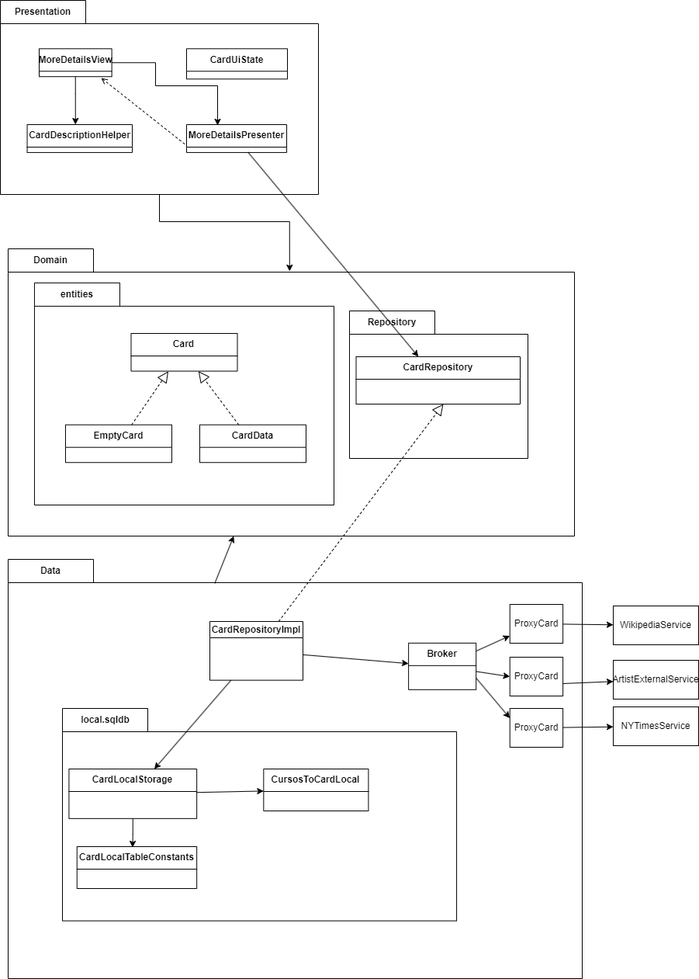
The draw.io diagram docs/MVP-DiagramClass.png in elagarrigue/AyDS23-Lisboa5, before a commit. Source tidied: cells renumbered, new cells last; positions are measured from the earlier drawing's top-left corner, leaving out a move shared by most shapes.
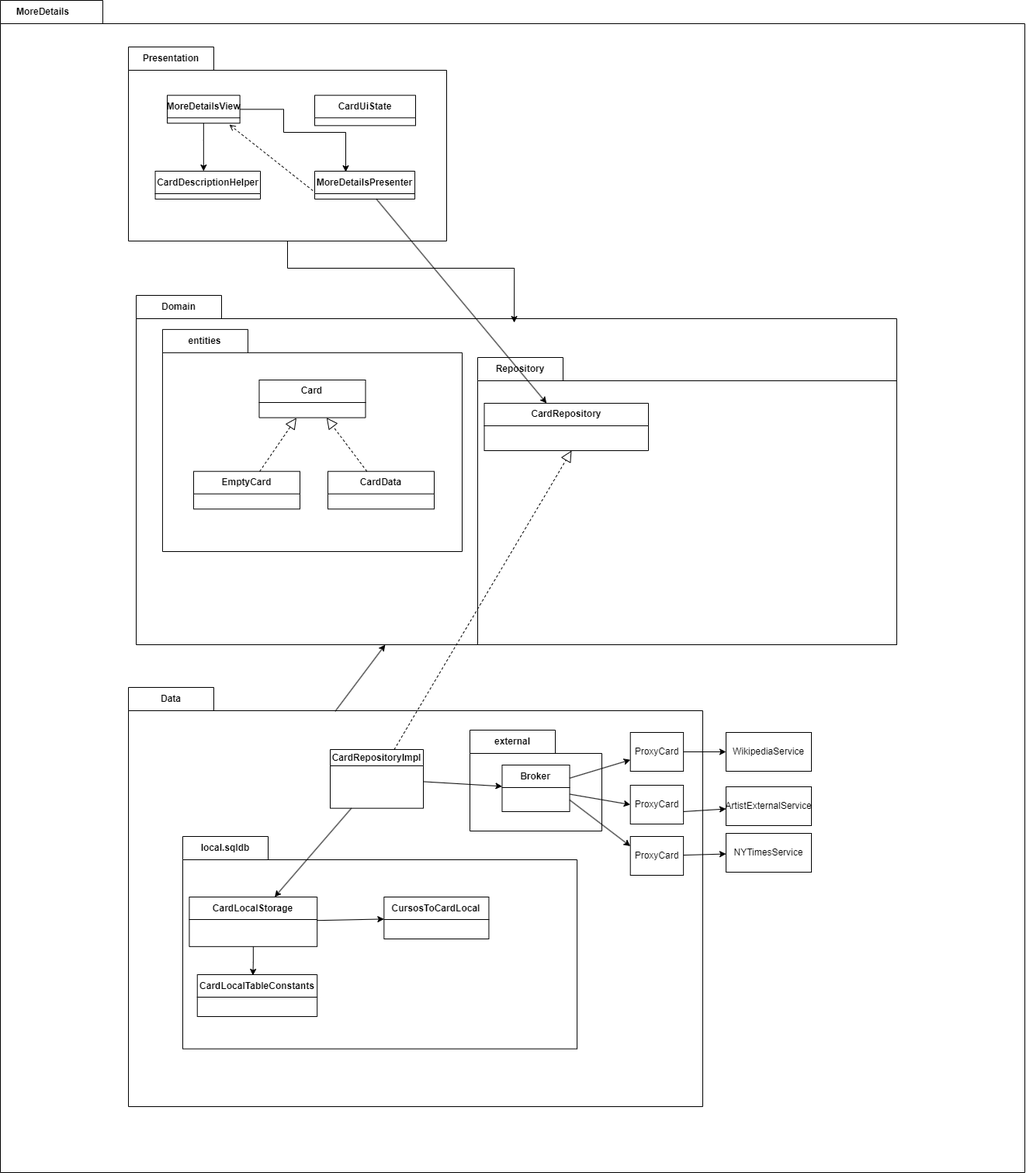
After the commit.

Commit message:
Diagram class updated

Change to the diagram source:
```diff
@@ -2,8 +2,16 @@
   <root>
     <mxCell id="0" />
     <mxCell id="1" parent="0" />
+    <mxCell id="52" value="MoreDetails" style="shape=folder;fontStyle=1;tabWidth=110;tabHeight=30;tabPosition=left;html=1;boundedLbl=1;labelInHeader=1;whiteSpace=wrap;" parent="1" vertex="1">
+      <mxGeometry x="-1410" y="70" width="1320" height="1510" as="geometry" />
+    </mxCell>
+    <mxCell id="53" style="html=1;strokeColor=none;fillColor=none;whiteSpace=wrap;" parent="52" vertex="1">
+      <mxGeometry width="1320" height="1057" relative="1" as="geometry">
+        <mxPoint y="30" as="offset" />
+      </mxGeometry>
+    </mxCell>
-    <mxCell id="2" value="Data" style="shape=folder;fontStyle=1;tabWidth=110;tabHeight=30;tabPosition=left;html=1;boundedLbl=1;labelInHeader=1;whiteSpace=wrap;" parent="1" vertex="1">
-      <mxGeometry x="10" y="720" width="740" height="540" as="geometry" />
+    <mxCell id="2" value="Data" style="shape=folder;fontStyle=1;tabWidth=110;tabHeight=30;tabPosition=left;html=1;boundedLbl=1;labelInHeader=1;whiteSpace=wrap;" parent="52" vertex="1">
+      <mxGeometry x="165" y="885" width="740" height="540" as="geometry" />
     </mxCell>
     <mxCell id="3" style="html=1;strokeColor=none;fillColor=none;whiteSpace=wrap;" parent="2" vertex="1">
       <mxGeometry width="677.76" height="393" relative="1" as="geometry">
@@ -39,12 +47,6 @@
     <mxCell id="12" style="endArrow=classic;html=1;rounded=0;" parent="2" edge="1" source="4" target="8">
       <mxGeometry relative="1" as="geometry" />
     </mxCell>
-    <mxCell id="13" value="Broker" style="swimlane;fontStyle=1;align=center;verticalAlign=middle;horizontal=1;startSize=29;html=1;whiteSpace=wrap;" parent="2" vertex="1">
-      <mxGeometry x="516.1" y="107.8" width="87.1" height="60" as="geometry" />
-    </mxCell>
-    <mxCell id="14" style="endArrow=classic;html=1;rounded=0;" parent="2" edge="1" source="4" target="13">
-      <mxGeometry relative="1" as="geometry" />
-    </mxCell>
     <mxCell id="15" value="ProxyCard" style="html=1;whiteSpace=wrap;" parent="2" vertex="1">
       <mxGeometry x="646.7" y="58" width="68.4" height="50" as="geometry" />
     </mxCell>
@@ -54,25 +56,13 @@
     <mxCell id="17" value="ProxyCard" style="html=1;whiteSpace=wrap;" parent="2" vertex="1">
       <mxGeometry x="646.7" y="192" width="68.4" height="50" as="geometry" />
     </mxCell>
-    <mxCell id="18" style="endArrow=classic;html=1;rounded=0;" parent="2" edge="1" source="13" target="15">
-      <mxGeometry relative="1" as="geometry" />
-    </mxCell>
-    <mxCell id="19" style="endArrow=classic;html=1;rounded=0;entryX=0;entryY=0.5;entryDx=0;entryDy=0;" parent="2" edge="1" source="13" target="16">
-      <mxGeometry relative="1" as="geometry" />
-    </mxCell>
-    <mxCell id="20" style="endArrow=classic;html=1;rounded=0;entryX=0;entryY=0.25;entryDx=0;entryDy=0;exitX=1;exitY=0.75;exitDx=0;exitDy=0;" parent="2" edge="1" source="13" target="17">
-      <mxGeometry relative="1" as="geometry" />
-    </mxCell>
     <mxCell id="21" style="endArrow=classic;html=1;rounded=0;" parent="2" edge="1" target="48">
       <mxGeometry relative="1" as="geometry">
         <mxPoint x="715.1" y="160" as="sourcePoint" />
       </mxGeometry>
     </mxCell>
-    <mxCell id="22" style="edgeStyle=orthogonalEdgeStyle;rounded=0;jettySize=auto;html=1;entryX=0.497;entryY=0.078;entryDx=0;entryDy=0;entryPerimeter=0;" parent="1" edge="1" source="23" target="32">
-      <mxGeometry relative="1" as="geometry" />
-    </mxCell>
-    <mxCell id="23" value="Presentation" style="shape=folder;fontStyle=1;tabWidth=110;tabHeight=30;tabPosition=left;html=1;boundedLbl=1;labelInHeader=1;whiteSpace=wrap;" parent="1" vertex="1">
-      <mxGeometry width="410" height="250" as="geometry" />
+    <mxCell id="23" value="Presentation" style="shape=folder;fontStyle=1;tabWidth=110;tabHeight=30;tabPosition=left;html=1;boundedLbl=1;labelInHeader=1;whiteSpace=wrap;" parent="52" vertex="1">
+      <mxGeometry x="165" y="60" width="410" height="250" as="geometry" />
     </mxCell>
     <mxCell id="24" style="html=1;strokeColor=none;fillColor=none;whiteSpace=wrap;" parent="23" vertex="1">
       <mxGeometry width="282.76" height="197.67" relative="1" as="geometry" />
@@ -111,8 +101,8 @@
         <mxPoint x="130" y="100" as="sourcePoint" />
       </mxGeometry>
     </mxCell>
-    <mxCell id="32" value="Domain" style="shape=folder;fontStyle=1;tabWidth=110;tabHeight=30;tabPosition=left;html=1;boundedLbl=1;labelInHeader=1;whiteSpace=wrap;" parent="1" vertex="1">
-      <mxGeometry x="10" y="320" width="730" height="370" as="geometry" />
+    <mxCell id="32" value="Domain" style="shape=folder;fontStyle=1;tabWidth=110;tabHeight=30;tabPosition=left;html=1;boundedLbl=1;labelInHeader=1;whiteSpace=wrap;" parent="52" vertex="1">
+      <mxGeometry x="175" y="380" width="980" height="450" as="geometry" />
     </mxCell>
     <mxCell id="33" style="html=1;strokeColor=none;fillColor=none;whiteSpace=wrap;" parent="32" vertex="1">
       <mxGeometry width="730" height="259" relative="1" as="geometry">
@@ -145,7 +135,7 @@
       </mxGeometry>
     </mxCell>
     <mxCell id="41" value="Repository" style="shape=folder;fontStyle=1;tabWidth=110;tabHeight=30;tabPosition=left;html=1;boundedLbl=1;labelInHeader=1;whiteSpace=wrap;" parent="32" vertex="1">
-      <mxGeometry x="440" y="80" width="230" height="190" as="geometry" />
+      <mxGeometry x="440" y="80" width="540" height="370" as="geometry" />
     </mxCell>
     <mxCell id="42" style="html=1;strokeColor=none;fillColor=none;whiteSpace=wrap;" parent="41" vertex="1">
       <mxGeometry width="398.67" height="380" relative="1" as="geometry">
@@ -155,31 +145,57 @@
     <mxCell id="43" value="CardRepository" style="swimlane;fontStyle=1;align=center;verticalAlign=middle;horizontal=1;startSize=29;html=1;whiteSpace=wrap;" parent="41" vertex="1">
       <mxGeometry x="8.5" y="59" width="211.5" height="61" as="geometry" />
     </mxCell>
-    <mxCell id="44" style="endArrow=classic;html=1;rounded=0;" parent="1" edge="1" source="26" target="43">
+    <mxCell id="44" style="endArrow=classic;html=1;rounded=0;" parent="52" edge="1" source="26" target="43">
       <mxGeometry relative="1" as="geometry" />
     </mxCell>
-    <mxCell id="45" style="endArrow=block;dashed=1;endFill=0;endSize=12;html=1;rounded=0;" parent="1" edge="1" source="4">
+    <mxCell id="45" style="endArrow=block;dashed=1;endFill=0;endSize=12;html=1;rounded=0;" parent="52" edge="1" source="4">
       <mxGeometry relative="1" as="geometry">
-        <mxPoint x="571" y="520" as="targetPoint" />
+        <mxPoint x="736" y="580" as="targetPoint" />
       </mxGeometry>
     </mxCell>
+    <mxCell id="22" style="edgeStyle=orthogonalEdgeStyle;rounded=0;jettySize=auto;html=1;entryX=0.497;entryY=0.078;entryDx=0;entryDy=0;entryPerimeter=0;" parent="52" edge="1" source="23" target="32">
+      <mxGeometry relative="1" as="geometry" />
+    </mxCell>
-    <mxCell id="46" style="endArrow=classic;html=1;rounded=0;exitX=0.36;exitY=0.057;exitDx=0;exitDy=0;exitPerimeter=0;" parent="1" edge="1" source="2" target="32">
+    <mxCell id="46" style="endArrow=classic;html=1;rounded=0;exitX=0.36;exitY=0.057;exitDx=0;exitDy=0;exitPerimeter=0;" parent="52" edge="1" source="2" target="32">
       <mxGeometry relative="1" as="geometry" />
     </mxCell>
-    <mxCell id="47" value="WikipediaService" style="html=1;whiteSpace=wrap;" parent="1" vertex="1">
-      <mxGeometry x="790" y="780" width="110" height="50" as="geometry" />
+    <mxCell id="47" value="WikipediaService" style="html=1;whiteSpace=wrap;" parent="52" vertex="1">
+      <mxGeometry x="935" y="943" width="110" height="50" as="geometry" />
     </mxCell>
-    <mxCell id="48" value="ArtistExternalService" style="html=1;whiteSpace=wrap;" parent="1" vertex="1">
-      <mxGeometry x="790" y="850" width="110" height="50" as="geometry" />
+    <mxCell id="48" value="ArtistExternalService" style="html=1;whiteSpace=wrap;" parent="52" vertex="1">
+      <mxGeometry x="935" y="1013" width="110" height="50" as="geometry" />
     </mxCell>
-    <mxCell id="49" value="NYTimesService" style="html=1;whiteSpace=wrap;" parent="1" vertex="1">
-      <mxGeometry x="790" y="910" width="110" height="50" as="geometry" />
+    <mxCell id="49" value="NYTimesService" style="html=1;whiteSpace=wrap;" parent="52" vertex="1">
+      <mxGeometry x="935" y="1073" width="110" height="50" as="geometry" />
     </mxCell>
-    <mxCell id="50" style="endArrow=classic;html=1;rounded=0;" parent="1" edge="1" source="17" target="49">
+    <mxCell id="50" style="endArrow=classic;html=1;rounded=0;" parent="52" edge="1" source="17" target="49">
       <mxGeometry relative="1" as="geometry" />
     </mxCell>
-    <mxCell id="51" style="endArrow=classic;html=1;rounded=0;" parent="1" edge="1" source="15" target="47">
+    <mxCell id="51" style="endArrow=classic;html=1;rounded=0;" parent="52" edge="1" source="15" target="47">
       <mxGeometry relative="1" as="geometry" />
     </mxCell>
+    <mxCell id="54" value="external" style="shape=folder;fontStyle=1;tabWidth=110;tabHeight=30;tabPosition=left;html=1;boundedLbl=1;labelInHeader=1;whiteSpace=wrap;" parent="52" vertex="1">
+      <mxGeometry x="605" y="940" width="170" height="130" as="geometry" />
+    </mxCell>
+    <mxCell id="55" style="html=1;strokeColor=none;fillColor=none;whiteSpace=wrap;" parent="54" vertex="1">
+      <mxGeometry width="170" height="91" relative="1" as="geometry">
+        <mxPoint y="30" as="offset" />
+      </mxGeometry>
+    </mxCell>
+    <mxCell id="13" value="Broker" style="swimlane;fontStyle=1;align=center;verticalAlign=middle;horizontal=1;startSize=29;html=1;whiteSpace=wrap;" parent="54" vertex="1">
+      <mxGeometry x="41.5" y="45" width="87.1" height="60" as="geometry" />
+    </mxCell>
+    <mxCell id="14" style="endArrow=classic;html=1;rounded=0;" parent="52" edge="1" source="4" target="13">
+      <mxGeometry relative="1" as="geometry" />
+    </mxCell>
+    <mxCell id="18" style="endArrow=classic;html=1;rounded=0;" parent="52" edge="1" source="13" target="15">
+      <mxGeometry relative="1" as="geometry" />
+    </mxCell>
+    <mxCell id="19" style="endArrow=classic;html=1;rounded=0;entryX=0;entryY=0.5;entryDx=0;entryDy=0;" parent="52" edge="1" source="13" target="16">
+      <mxGeometry relative="1" as="geometry" />
+    </mxCell>
+    <mxCell id="20" style="endArrow=classic;html=1;rounded=0;entryX=0;entryY=0.25;entryDx=0;entryDy=0;exitX=1;exitY=0.75;exitDx=0;exitDy=0;" parent="52" edge="1" source="13" target="17">
+      <mxGeometry relative="1" as="geometry" />
+    </mxCell>
   </root>
 </mxGraphModel>
```
